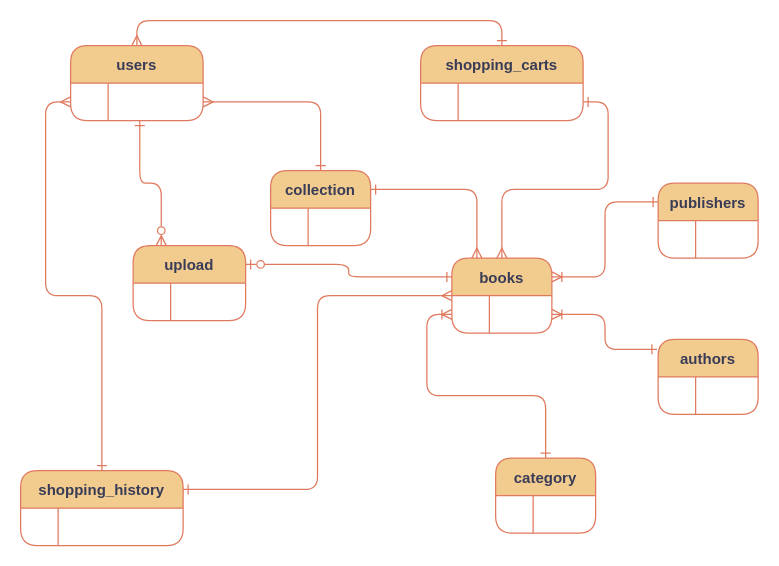
Above: mysql/ERDiagram/concepts.drawio in lzh594/DBSEC2023-Lab3 (draw.io), before the change. Source tidied: cells renumbered, new cells numbered last; positions are measured from the earlier drawing's top-left corner, leaving out a move shared by most shapes. Both pictures are drawn from the tidied source at 125%, with x=0, y=0 at pixel (20, 45).
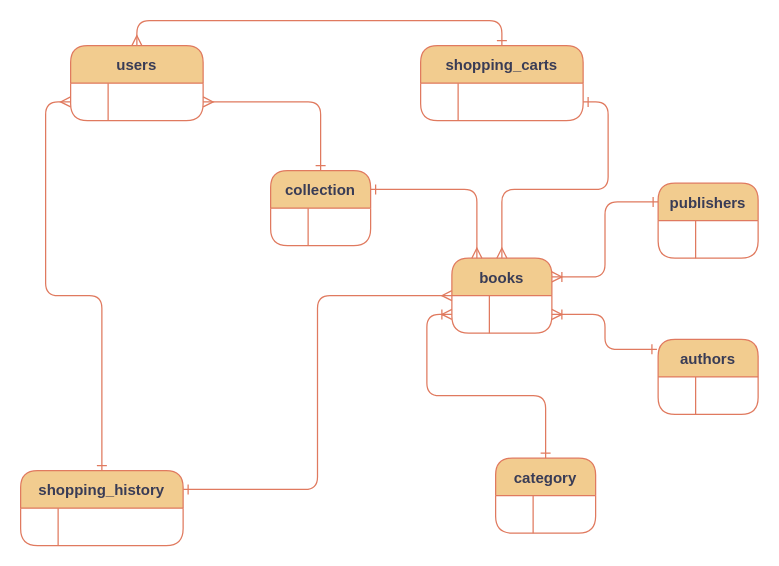
The same diagram, later.

Unchanged cells that the change refers to:
```xml
<mxCell id="4" style="shape=tableRow;horizontal=0;startSize=0;swimlaneHead=0;swimlaneBody=0;fillColor=none;points=[[0,0.5],[1,0.5]];portConstraint=eastwest;strokeColor=#E07A5F;top=0;left=0;right=0;bottom=0;labelBackgroundColor=none;fontColor=#393C56;rounded=1;" parent="3" vertex="1">
  <mxGeometry y="30" width="106" height="30" as="geometry" />
</mxCell>
<mxCell id="12" value="books" style="shape=table;startSize=30;childLayout=tableLayout;rowLines=0;fontStyle=1;align=center;labelBackgroundColor=none;fillColor=#F2CC8F;strokeColor=#E07A5F;fontColor=#393C56;rounded=1;" parent="1" vertex="1">
  <mxGeometry x="345" y="170" width="80" height="60" as="geometry" />
</mxCell>
```

Change to the diagram source:
```diff
@@
-    <mxCell id="43" style="edgeStyle=orthogonalEdgeStyle;rounded=1;jettySize=auto;html=1;exitX=1;exitY=0.25;exitDx=0;exitDy=0;entryX=0;entryY=0.25;entryDx=0;entryDy=0;strokeColor=#E07A5F;fontColor=#393C56;fillColor=#F2CC8F;startArrow=ERzeroToOne;startFill=0;endArrow=ERone;endFill=0;" parent="1" edge="1" source="44" target="12">
-      <mxGeometry relative="1" as="geometry" />
-    </mxCell>
-    <mxCell id="44" value="upload" style="shape=table;startSize=30;childLayout=tableLayout;rowLines=0;fontStyle=1;align=center;rounded=1;labelBackgroundColor=none;fillColor=#F2CC8F;strokeColor=#E07A5F;fontColor=#393C56;" parent="1" vertex="1">
-      <mxGeometry x="90" y="160" width="90" height="60" as="geometry" />
-    </mxCell>
-    <mxCell id="45" style="shape=tableRow;horizontal=0;startSize=0;swimlaneHead=0;swimlaneBody=0;fillColor=none;strokeColor=#E07A5F;top=0;left=0;right=0;bottom=0;rounded=1;labelBackgroundColor=none;fontColor=#393C56;" parent="44" vertex="1">
-      <mxGeometry y="30" width="90" height="30" as="geometry" />
-    </mxCell>
-    <mxCell id="46" style="shape=partialRectangle;overflow=hidden;fillColor=none;strokeColor=#E07A5F;top=0;left=0;bottom=0;right=0;rounded=1;labelBackgroundColor=none;fontColor=#393C56;" parent="45" vertex="1">
-      <mxGeometry width="30" height="30" as="geometry" />
-    </mxCell>
-    <mxCell id="47" style="shape=partialRectangle;overflow=hidden;fillColor=none;align=left;strokeColor=#E07A5F;top=0;left=0;bottom=0;right=0;spacingLeft=6;rounded=1;labelBackgroundColor=none;fontColor=#393C56;" parent="45" vertex="1">
-      <mxGeometry x="30" width="60" height="30" as="geometry" />
-    </mxCell>
-    <mxCell id="48" style="edgeStyle=orthogonalEdgeStyle;rounded=1;jettySize=auto;html=1;exitX=0.25;exitY=0;exitDx=0;exitDy=0;entryX=0.522;entryY=1;entryDx=0;entryDy=0;entryPerimeter=0;strokeColor=#E07A5F;fontColor=#393C56;fillColor=#F2CC8F;startArrow=ERzeroToMany;startFill=0;endArrow=ERone;endFill=0;" parent="1" edge="1" source="44" target="4">
-      <mxGeometry relative="1" as="geometry" />
-    </mxCell>
```
